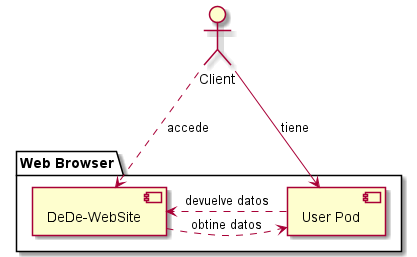
Above: images/Business Context.png in Arquisoft/dede_es4b (PlantUML), before the change.
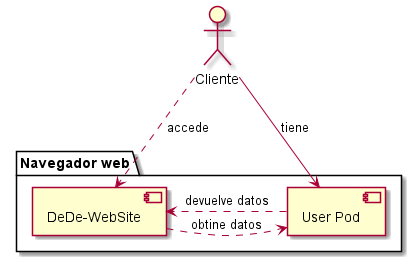
The same diagram one commit later.

The edit, as a diff of the source:
```diff
@@ -1,15 +1,15 @@
 @startuml
 
-:Client: as client
+:Cliente: as cliente
 
-package "Web Browser" {
+package "Navegador web" {
 [DeDe-WebSite] as web
 [User Pod] as pod
 }
 
 
-client .down.> web : accede
-client -down-> pod : tiene
+cliente .down.> web : accede
+cliente -down-> pod : tiene
 web .right.> pod : obtine datos
 web <.left.pod : devuelve datos
 @enduml
```
